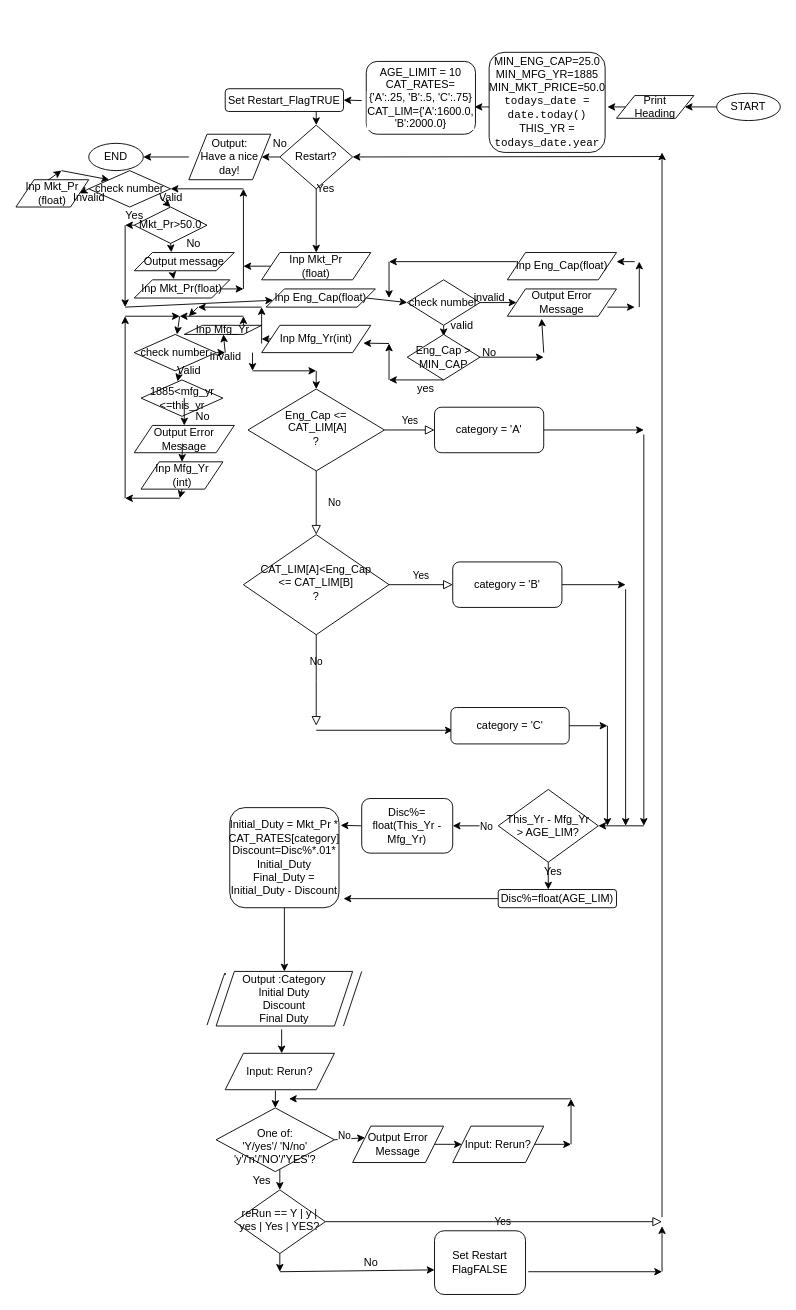
This is Untitled Diagram.drawio from john-itcsolutions/Elastos, a draw.io file, before an edit. Source tidied: cells renumbered, new cells numbered last; positions are measured from the earlier drawing's top-left corner, leaving out a move shared by most shapes. Both pictures are drawn from the tidied source at 91%, with x=0, y=0 at pixel (15, 52).
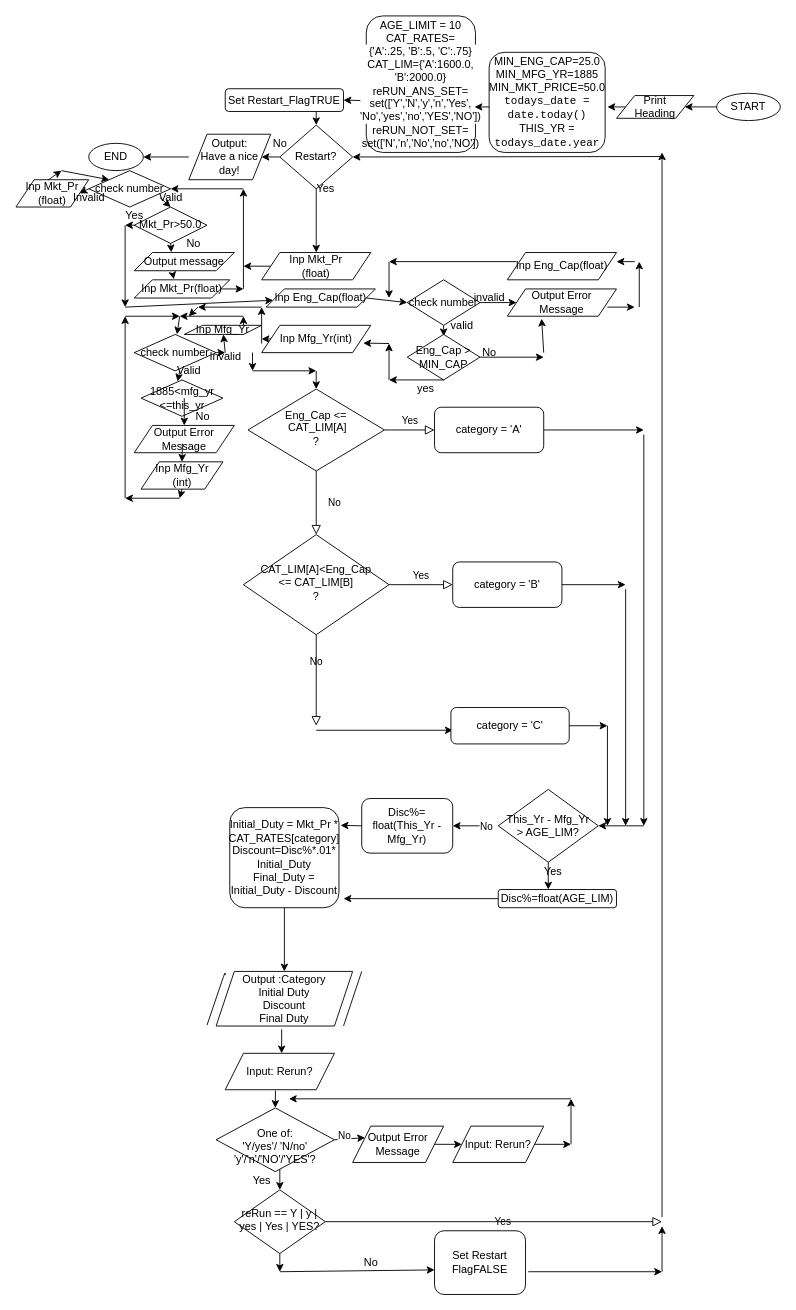
The same page after the edit.

What changed in the source:
```diff
@@
-    <mxCell id="118" value="&lt;div&gt;&lt;span style=&quot;font-size: 9.000000pt ; font-family: &amp;#34;arialmt&amp;#34;&quot;&gt;AGE_LIMIT = 10&lt;br&gt;&lt;/span&gt;&lt;/div&gt;&lt;div&gt;&lt;span style=&quot;font-size: 9.000000pt ; font-family: &amp;#34;arialmt&amp;#34;&quot;&gt;CAT_RATES=&lt;/span&gt;&lt;/div&gt;&lt;div class=&quot;page&quot; title=&quot;Page 1&quot;&gt;&lt;div class=&quot;section&quot; style=&quot;background-color: rgb(100.000000% , 100.000000% , 100.000000%)&quot;&gt;&lt;div class=&quot;layoutArea&quot;&gt;&lt;div class=&quot;column&quot;&gt;&lt;span style=&quot;font-size: 9.000000pt ; font-family: &amp;#34;arialmt&amp;#34;&quot;&gt;&lt;/span&gt;&lt;span style=&quot;font-size: 9.000000pt ; font-family: &amp;#34;arialmt&amp;#34;&quot;&gt;{'A':.25, 'B':.5, 'C':.75}&lt;/span&gt;&lt;/div&gt;&lt;div class=&quot;column&quot;&gt;&lt;span style=&quot;font-size: 9.000000pt ; font-family: &amp;#34;arialmt&amp;#34;&quot;&gt;&lt;/span&gt;CAT_LIM={'A':1600.0, 'B':2000.0}&lt;br&gt;&lt;/div&gt;&lt;/div&gt;&lt;/div&gt;&lt;/div&gt;" style="rounded=1;whiteSpace=wrap;html=1;" parent="1" vertex="1">
-      <mxGeometry x="385" y="10" width="120" height="80" as="geometry" />
+    <mxCell id="118" value="&lt;div&gt;&lt;span style=&quot;font-size: 9.000000pt ; font-family: &amp;#34;arialmt&amp;#34;&quot;&gt;AGE_LIMIT = 10&lt;br&gt;&lt;/span&gt;&lt;/div&gt;&lt;div&gt;&lt;span style=&quot;font-size: 9.000000pt ; font-family: &amp;#34;arialmt&amp;#34;&quot;&gt;CAT_RATES=&lt;/span&gt;&lt;/div&gt;&lt;div class=&quot;page&quot; title=&quot;Page 1&quot;&gt;&lt;div class=&quot;section&quot; style=&quot;background-color: rgb(100.000000% , 100.000000% , 100.000000%)&quot;&gt;&lt;div class=&quot;layoutArea&quot;&gt;&lt;div class=&quot;column&quot;&gt;&lt;span style=&quot;font-size: 9.000000pt ; font-family: &amp;#34;arialmt&amp;#34;&quot;&gt;&lt;/span&gt;&lt;span style=&quot;font-size: 9.000000pt ; font-family: &amp;#34;arialmt&amp;#34;&quot;&gt;{'A':.25, 'B':.5, 'C':.75}&lt;/span&gt;&lt;/div&gt;&lt;div class=&quot;column&quot;&gt;&lt;span style=&quot;font-size: 9.000000pt ; font-family: &amp;#34;arialmt&amp;#34;&quot;&gt;&lt;/span&gt;CAT_LIM={'A':1600.0, 'B':2000.0}&lt;/div&gt;&lt;div class=&quot;column&quot;&gt;reRUN_ANS_SET=&lt;/div&gt;&lt;div class=&quot;column&quot;&gt;set(['Y','N','y','n','Yes',&lt;/div&gt;&lt;div class=&quot;column&quot;&gt;'No','yes','no','YES','NO'])&lt;/div&gt;&lt;/div&gt;&lt;/div&gt;&lt;/div&gt;&lt;div&gt;reRUN_NOT_SET=&lt;/div&gt;&lt;div&gt;set(['N','n','No','no','NO'])&lt;br&gt;&lt;/div&gt;" style="rounded=1;whiteSpace=wrap;html=1;" parent="1" vertex="1">
+      <mxGeometry x="385" y="-40" width="120" height="150" as="geometry" />
     </mxCell>
```
